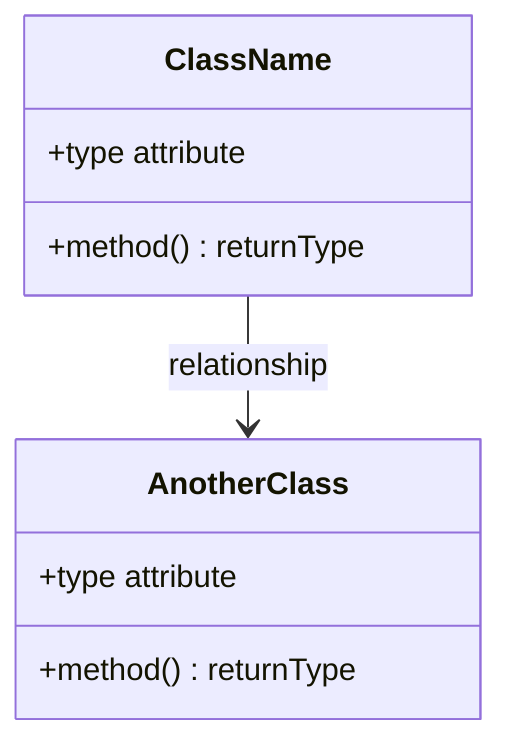
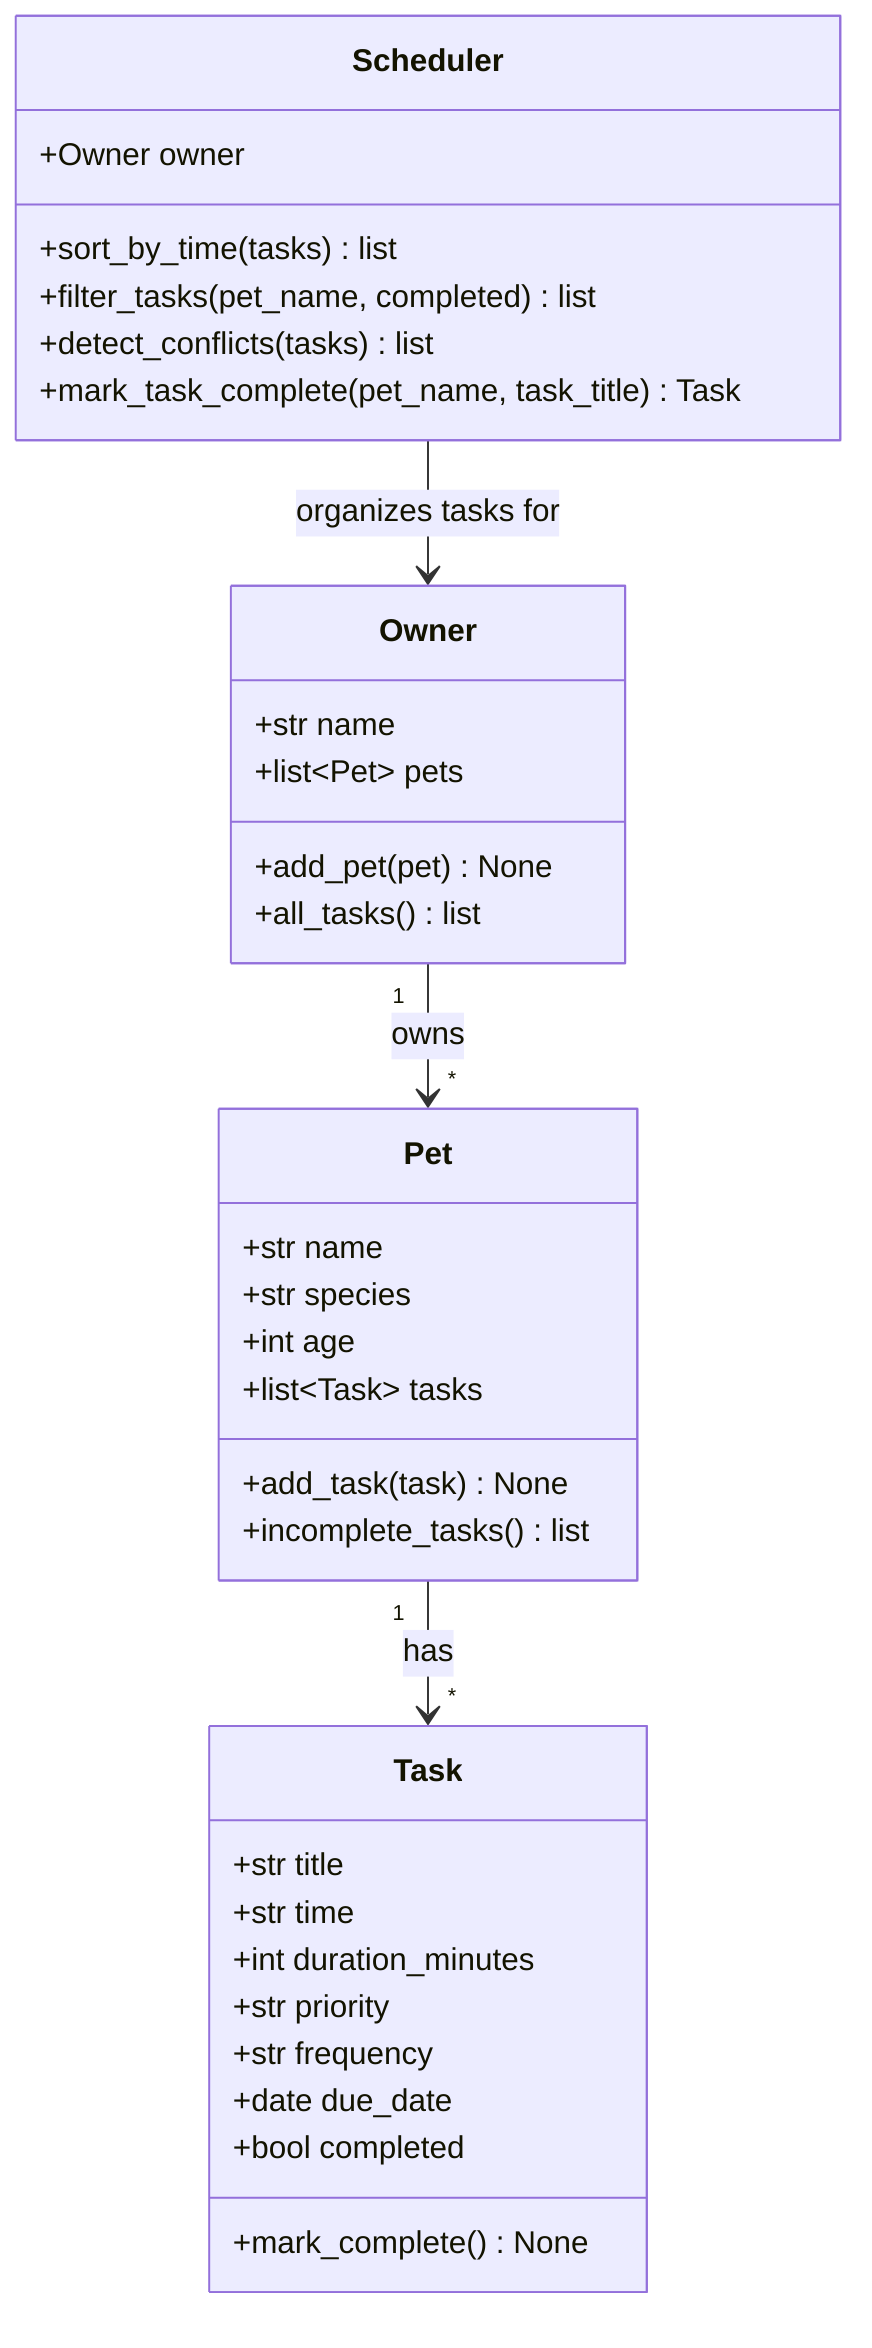
classDiagram
-     %% Replace the placeholders below with your actual classes, attributes, methods, and relationships.
-     %% Keep this file updated so it matches your final implementation.
- 
-     class ClassName {
-         +type attribute
-         +method() returnType
+     class Owner {
+         +str name
+         +list~Pet~ pets
+         +add_pet(pet) None
+         +all_tasks() list
    }

-     class AnotherClass {
-         +type attribute
-         +method() returnType
+     class Pet {
+         +str name
+         +str species
+         +int age
+         +list~Task~ tasks
+         +add_task(task) None
+         +incomplete_tasks() list
    }

-     ClassName --> AnotherClass : relationship
+     class Task {
+         +str title
+         +str time
+         +int duration_minutes
+         +str priority
+         +str frequency
+         +date due_date
+         +bool completed
+         +mark_complete() None
+     }
+ 
+     class Scheduler {
+         +Owner owner
+         +sort_by_time(tasks) list
+         +filter_tasks(pet_name, completed) list
+         +detect_conflicts(tasks) list
+         +mark_task_complete(pet_name, task_title) Task
+     }
+ 
+     Owner "1" --> "*" Pet : owns
+     Pet "1" --> "*" Task : has
+     Scheduler --> Owner : organizes tasks for
